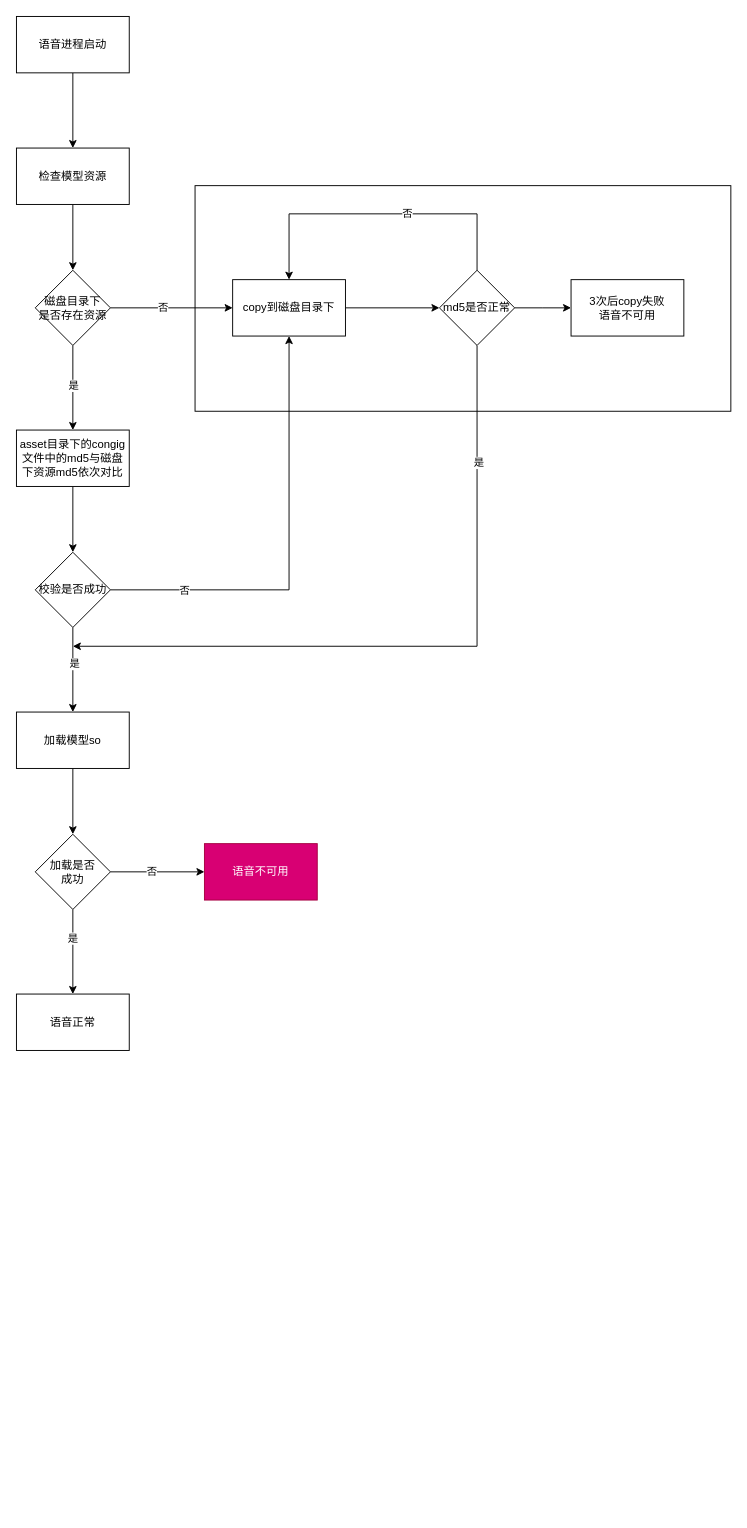
Above: page "copy" (30 of 31) of 未命名绘图.drawio in songlongGithub/CustomDemo (draw.io), before the change. Source tidied: cells renumbered, new cells numbered last; positions are measured from the earlier drawing's top-left corner, leaving out a move shared by most shapes. Both pictures are drawn from the tidied source at 94%, with x=0, y=0 at pixel (16, 16).
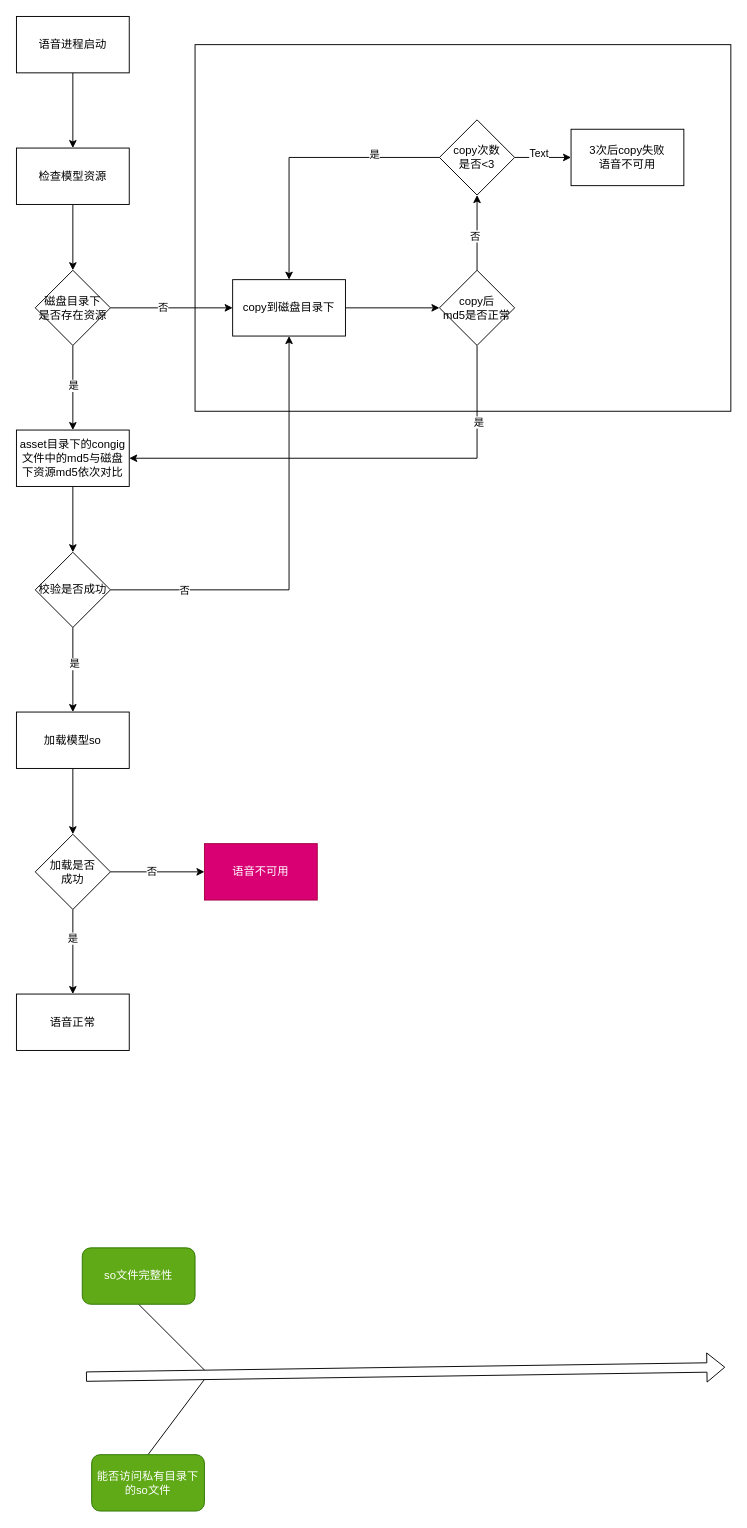
Above is the later version.

Commit message:
更新未命名绘图.drawio

Unchanged cells that the change refers to:
```xml
<mxCell id="13" value="asset目录下的congig文件中的md5与磁盘下资源md5依次对比" style="whiteSpace=wrap;html=1;rounded=0;" parent="1" vertex="1">
  <mxGeometry y="440" width="120" height="60" as="geometry" />
</mxCell>
<mxCell id="22" value="copy到磁盘目录下" style="whiteSpace=wrap;html=1;rounded=0;" parent="1" vertex="1">
  <mxGeometry x="230" y="280" width="120" height="60" as="geometry" />
</mxCell>
```

What changed in the source:
```diff
@@
     <mxCell id="2" style="rounded=0;whiteSpace=wrap;html=1;" parent="1" vertex="1">
-      <mxGeometry x="190" y="180" width="570" height="240" as="geometry" />
+      <mxGeometry x="190" y="30" width="570" height="390" as="geometry" />
     </mxCell>
@@
-    <mxCell id="23" style="edgeStyle=orthogonalEdgeStyle;rounded=0;jettySize=auto;html=1;" parent="1" edge="1" source="28">
+    <mxCell id="23" style="edgeStyle=orthogonalEdgeStyle;rounded=0;jettySize=auto;html=1;entryX=1;entryY=0.5;entryDx=0;entryDy=0;" parent="1" edge="1" source="28" target="13">
       <mxGeometry relative="1" as="geometry">
-        <mxPoint x="60" y="670" as="targetPoint" />
         <Array as="points">
-          <mxPoint x="490" y="670" />
+          <mxPoint x="490" y="470" />
         </Array>
       </mxGeometry>
     </mxCell>
@@
-    <mxCell id="25" style="edgeStyle=orthogonalEdgeStyle;rounded=0;jettySize=auto;html=1;" parent="1" edge="1" source="28">
-      <mxGeometry relative="1" as="geometry">
-        <mxPoint x="590" y="310" as="targetPoint" />
-      </mxGeometry>
-    </mxCell>
-    <mxCell id="26" style="edgeStyle=orthogonalEdgeStyle;rounded=0;jettySize=auto;html=1;exitX=0.5;exitY=0;exitDx=0;exitDy=0;entryX=0.5;entryY=0;entryDx=0;entryDy=0;" parent="1" edge="1" source="28" target="22">
-      <mxGeometry relative="1" as="geometry">
-        <Array as="points">
-          <mxPoint x="490" y="210" />
-          <mxPoint x="290" y="210" />
-        </Array>
-      </mxGeometry>
-    </mxCell>
+    <mxCell id="37" style="edgeStyle=orthogonalEdgeStyle;rounded=0;jettySize=auto;html=1;" parent="1" edge="1" source="28" target="40">
+      <mxGeometry relative="1" as="geometry" />
+    </mxCell>
-    <mxCell id="27" value="否" style="edgeLabel;html=1;align=center;verticalAlign=middle;" parent="26" vertex="1">
-      <mxGeometry x="-0.18" y="-1" relative="1" as="geometry" />
+    <mxCell id="27" value="否" style="edgeLabel;html=1;align=center;verticalAlign=middle;" parent="37" vertex="1">
+      <mxGeometry x="-0.07" y="3" relative="1" as="geometry" />
     </mxCell>
-    <mxCell id="28" value="md5是否正常" style="rhombus;whiteSpace=wrap;html=1;rounded=0;" parent="1" vertex="1">
+    <mxCell id="28" value="&lt;div&gt;copy后&lt;/div&gt;md5是否正常" style="rhombus;whiteSpace=wrap;html=1;rounded=0;" parent="1" vertex="1">
       <mxGeometry x="450" y="270" width="80" height="80" as="geometry" />
     </mxCell>
-    <mxCell id="29" value="3次后copy失败&lt;div&gt;语音不可用&lt;/div&gt;" style="rounded=0;whiteSpace=wrap;html=1;" parent="1" vertex="1">
-      <mxGeometry x="590" y="280" width="120" height="60" as="geometry" />
-    </mxCell>
@@
+    <mxCell id="38" style="edgeStyle=orthogonalEdgeStyle;rounded=0;jettySize=auto;html=1;" parent="1" edge="1" source="40" target="29">
+      <mxGeometry relative="1" as="geometry" />
+    </mxCell>
+    <mxCell id="39" value="Text" style="edgeLabel;html=1;align=center;verticalAlign=middle;" parent="38" vertex="1">
+      <mxGeometry x="-0.16" y="5" relative="1" as="geometry" />
+    </mxCell>
+    <mxCell id="40" value="copy次数&lt;div&gt;是否&amp;lt;3&lt;/div&gt;" style="rhombus;whiteSpace=wrap;html=1;rounded=0;" parent="1" vertex="1">
+      <mxGeometry x="450" y="110" width="80" height="80" as="geometry" />
+    </mxCell>
+    <mxCell id="41" style="endArrow=none;html=1;rounded=0;exitX=0.5;exitY=0;exitDx=0;exitDy=0;startArrow=classic;startFill=1;" parent="1" edge="1" source="22">
+      <mxGeometry relative="1" as="geometry">
+        <mxPoint x="450" y="150" as="targetPoint" />
+        <Array as="points">
+          <mxPoint x="290" y="150" />
+        </Array>
+      </mxGeometry>
+    </mxCell>
+    <mxCell id="42" value="是" style="edgeLabel;html=1;align=center;verticalAlign=middle;" parent="41" vertex="1">
+      <mxGeometry x="0.51" y="4" relative="1" as="geometry">
+        <mxPoint x="1" as="offset" />
+      </mxGeometry>
+    </mxCell>
+    <mxCell id="29" value="3次后copy失败&lt;div&gt;语音不可用&lt;/div&gt;" style="whiteSpace=wrap;html=1;rounded=0;" parent="1" vertex="1">
+      <mxGeometry x="590" y="120" width="120" height="60" as="geometry" />
+    </mxCell>
+    <mxCell id="43" style="shape=flexArrow;endArrow=classic;html=1;rounded=0;" parent="1" edge="1">
+      <mxGeometry relative="1" as="geometry">
+        <mxPoint x="74" y="1447" as="sourcePoint" />
+        <mxPoint x="754" y="1437" as="targetPoint" />
+      </mxGeometry>
+    </mxCell>
+    <mxCell id="44" style="endArrow=none;html=1;rounded=0;" parent="1" edge="1">
+      <mxGeometry relative="1" as="geometry">
+        <mxPoint x="200" y="1440" as="sourcePoint" />
+        <mxPoint x="130" y="1370" as="targetPoint" />
+      </mxGeometry>
+    </mxCell>
+    <mxCell id="45" style="endArrow=none;html=1;rounded=0;" parent="1" edge="1">
+      <mxGeometry relative="1" as="geometry">
+        <mxPoint x="200" y="1450" as="sourcePoint" />
+        <mxPoint x="140" y="1530" as="targetPoint" />
+      </mxGeometry>
+    </mxCell>
+    <mxCell id="46" value="so文件完整性" style="rounded=1;whiteSpace=wrap;html=1;fillColor=#60a917;fontColor=#ffffff;strokeColor=#2D7600;" parent="1" vertex="1">
+      <mxGeometry x="70" y="1310" width="120" height="60" as="geometry" />
+    </mxCell>
+    <mxCell id="47" value="能否访问私有目录下的so文件" style="rounded=1;whiteSpace=wrap;html=1;fillColor=#60a917;fontColor=#ffffff;strokeColor=#2D7600;" parent="1" vertex="1">
+      <mxGeometry x="80" y="1530" width="120" height="60" as="geometry" />
+    </mxCell>
```
